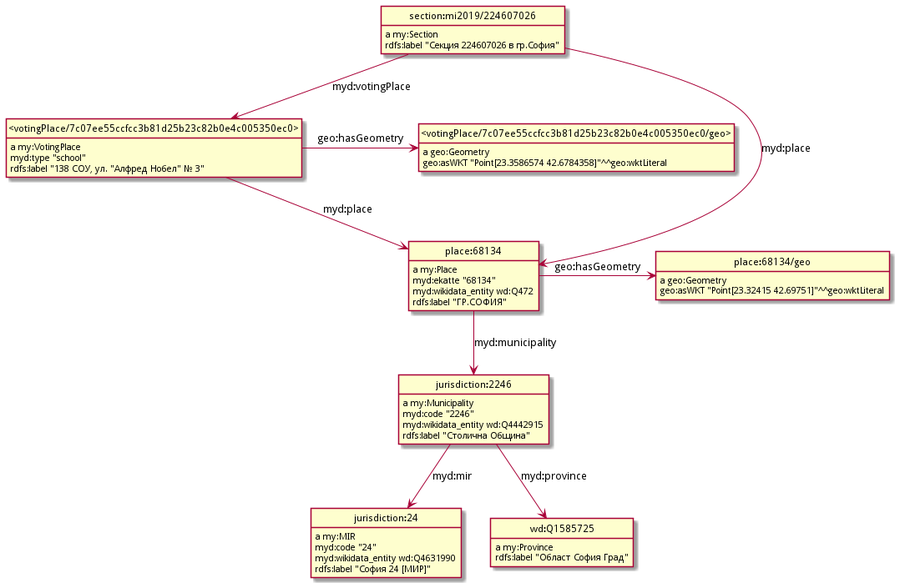
Earlier version of the PlantUML export model/places.png (nikolatulechki/semanticElections).
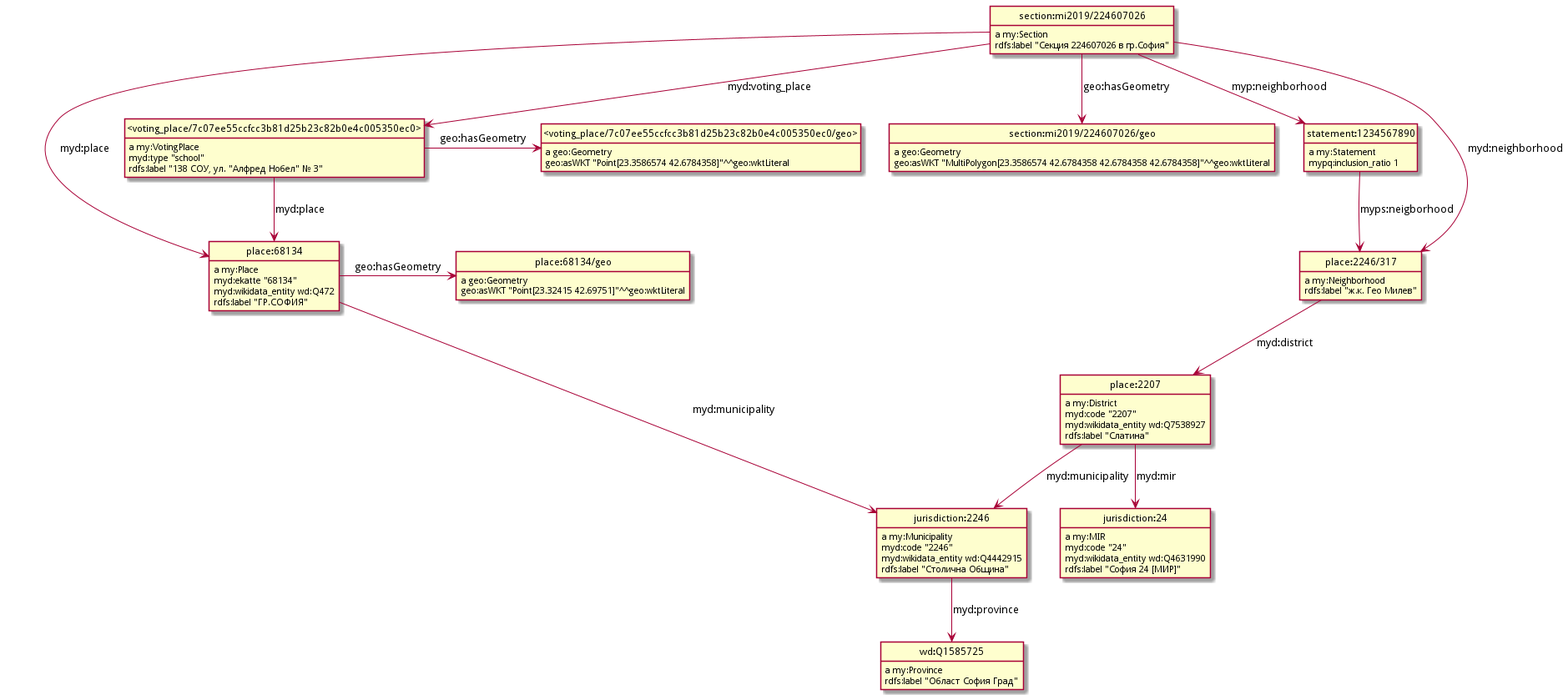
The same file after the commit.

Diff of the diagram source:
```diff
@@ -3,43 +3,63 @@
 hide empty attributes
 hide circle
 skinparam classAttributeIconSize 0
-class _votingPlace_7c07ee55ccfcc3b81d25b23c82b0e4c005350ec0_ as "<votingPlace/7c07ee55ccfcc3b81d25b23c82b0e4c005350ec0>"
-_votingPlace_7c07ee55ccfcc3b81d25b23c82b0e4c005350ec0_ : a my:VotingPlace
-class _votingPlace_7c07ee55ccfcc3b81d25b23c82b0e4c005350ec0_geo_ as "<votingPlace/7c07ee55ccfcc3b81d25b23c82b0e4c005350ec0/geo>"
-_votingPlace_7c07ee55ccfcc3b81d25b23c82b0e4c005350ec0_ -right-> _votingPlace_7c07ee55ccfcc3b81d25b23c82b0e4c005350ec0_geo_ : geo:hasGeometry
+class jurisdiction_24 as "jurisdiction:24"
+jurisdiction_24 : a my:MIR
+jurisdiction_24 : myd:code "24"
+jurisdiction_24 : myd:wikidata_entity wd:Q4631990
+jurisdiction_24 : rdfs:label "София 24 [МИР]"
+class place_2207 as "place:2207"
+place_2207 : a my:District
+class jurisdiction_2246 as "jurisdiction:2246"
+place_2207 -down-> jurisdiction_2246 : myd:municipality
+place_2207 -down-> jurisdiction_24 : myd:mir
+place_2207 : myd:code "2207"
+place_2207 : myd:wikidata_entity wd:Q7538927
+place_2207 : rdfs:label "Слатина"
 class place_68134 as "place:68134"
-_votingPlace_7c07ee55ccfcc3b81d25b23c82b0e4c005350ec0_ -down-> place_68134 : myd:place
-_votingPlace_7c07ee55ccfcc3b81d25b23c82b0e4c005350ec0_ : myd:type "school"
-_votingPlace_7c07ee55ccfcc3b81d25b23c82b0e4c005350ec0_ : rdfs:label "138 СОУ, ул. "Алфред Нобел" № 3"
 place_68134 : a my:Place
-class jurisdiction_2246 as "jurisdiction:2246"
 place_68134 -down-> jurisdiction_2246 : myd:municipality
 class place_68134_geo as "place:68134/geo"
 place_68134 -right-> place_68134_geo : geo:hasGeometry
 place_68134 : myd:ekatte "68134"
 place_68134 : myd:wikidata_entity wd:Q472
 place_68134 : rdfs:label "ГР.СОФИЯ"
-class section_mi2019_224607026 as "section:mi2019/224607026"
-section_mi2019_224607026 : a my:Section
-section_mi2019_224607026 -down-> _votingPlace_7c07ee55ccfcc3b81d25b23c82b0e4c005350ec0_ : myd:votingPlace
-section_mi2019_224607026 -down-> place_68134 : myd:place
-section_mi2019_224607026 : rdfs:label "Секция 224607026 в гр.София"
-place_68134_geo : a geo:Geometry
-place_68134_geo : geo:asWKT "Point[23.32415 42.69751]"^^geo:wktLiteral
-class jurisdiction_24 as "jurisdiction:24"
-jurisdiction_24 : a my:MIR
-jurisdiction_24 : myd:code "24"
-jurisdiction_24 : myd:wikidata_entity wd:Q4631990
-jurisdiction_24 : rdfs:label "София 24 [МИР]"
+class _voting_place_7c07ee55ccfcc3b81d25b23c82b0e4c005350ec0_geo_ as "<voting_place/7c07ee55ccfcc3b81d25b23c82b0e4c005350ec0/geo>"
+_voting_place_7c07ee55ccfcc3b81d25b23c82b0e4c005350ec0_geo_ : a geo:Geometry
+_voting_place_7c07ee55ccfcc3b81d25b23c82b0e4c005350ec0_geo_ : geo:asWKT "Point[23.3586574 42.6784358]"^^geo:wktLiteral
+class wd_Q1585725 as "wd:Q1585725"
+wd_Q1585725 : a my:Province
+wd_Q1585725 : rdfs:label "Област София Град"
+class _voting_place_7c07ee55ccfcc3b81d25b23c82b0e4c005350ec0_ as "<voting_place/7c07ee55ccfcc3b81d25b23c82b0e4c005350ec0>"
+_voting_place_7c07ee55ccfcc3b81d25b23c82b0e4c005350ec0_ : a my:VotingPlace
+_voting_place_7c07ee55ccfcc3b81d25b23c82b0e4c005350ec0_ -right-> _voting_place_7c07ee55ccfcc3b81d25b23c82b0e4c005350ec0_geo_ : geo:hasGeometry
+_voting_place_7c07ee55ccfcc3b81d25b23c82b0e4c005350ec0_ -down-> place_68134 : myd:place
+_voting_place_7c07ee55ccfcc3b81d25b23c82b0e4c005350ec0_ : myd:type "school"
+_voting_place_7c07ee55ccfcc3b81d25b23c82b0e4c005350ec0_ : rdfs:label "138 СОУ, ул. "Алфред Нобел" № 3"
 jurisdiction_2246 : a my:Municipality
-jurisdiction_2246 -down-> jurisdiction_24 : myd:mir
-class wd_Q1585725 as "wd:Q1585725"
 jurisdiction_2246 -down-> wd_Q1585725 : myd:province
 jurisdiction_2246 : myd:code "2246"
 jurisdiction_2246 : myd:wikidata_entity wd:Q4442915
 jurisdiction_2246 : rdfs:label "Столична Община"
-wd_Q1585725 : a my:Province
-wd_Q1585725 : rdfs:label "Област София Град"
-_votingPlace_7c07ee55ccfcc3b81d25b23c82b0e4c005350ec0_geo_ : a geo:Geometry
-_votingPlace_7c07ee55ccfcc3b81d25b23c82b0e4c005350ec0_geo_ : geo:asWKT "Point[23.3586574 42.6784358]"^^geo:wktLiteral
+class section_mi2019_224607026_geo as "section:mi2019/224607026/geo"
+section_mi2019_224607026_geo : a geo:Geometry
+section_mi2019_224607026_geo : geo:asWKT "MultiPolygon[23.3586574 42.6784358 42.6784358 42.6784358]"^^geo:wktLiteral
+class section_mi2019_224607026 as "section:mi2019/224607026"
+section_mi2019_224607026 : a my:Section
+section_mi2019_224607026 -down-> section_mi2019_224607026_geo : geo:hasGeometry
+section_mi2019_224607026 -down-> _voting_place_7c07ee55ccfcc3b81d25b23c82b0e4c005350ec0_ : myd:voting_place
+section_mi2019_224607026 -down-> place_68134 : myd:place
+class statement_1234567890 as "statement:1234567890"
+section_mi2019_224607026 -down-> statement_1234567890 : myp:neighborhood
+class place_2246_317 as "place:2246/317"
+section_mi2019_224607026 -down-> place_2246_317 : myd:neighborhood
+section_mi2019_224607026 : rdfs:label "Секция 224607026 в гр.София"
+place_68134_geo : a geo:Geometry
+place_68134_geo : geo:asWKT "Point[23.32415 42.69751]"^^geo:wktLiteral
+place_2246_317 : a my:Neighborhood
+place_2246_317 -down-> place_2207 : myd:district
+place_2246_317 : rdfs:label "ж.к. Гео Милев"
+statement_1234567890 : a my:Statement
+statement_1234567890 -down-> place_2246_317 : myps:neigborhood
+statement_1234567890 : mypq:inclusion_ratio 1
 @enduml
```
